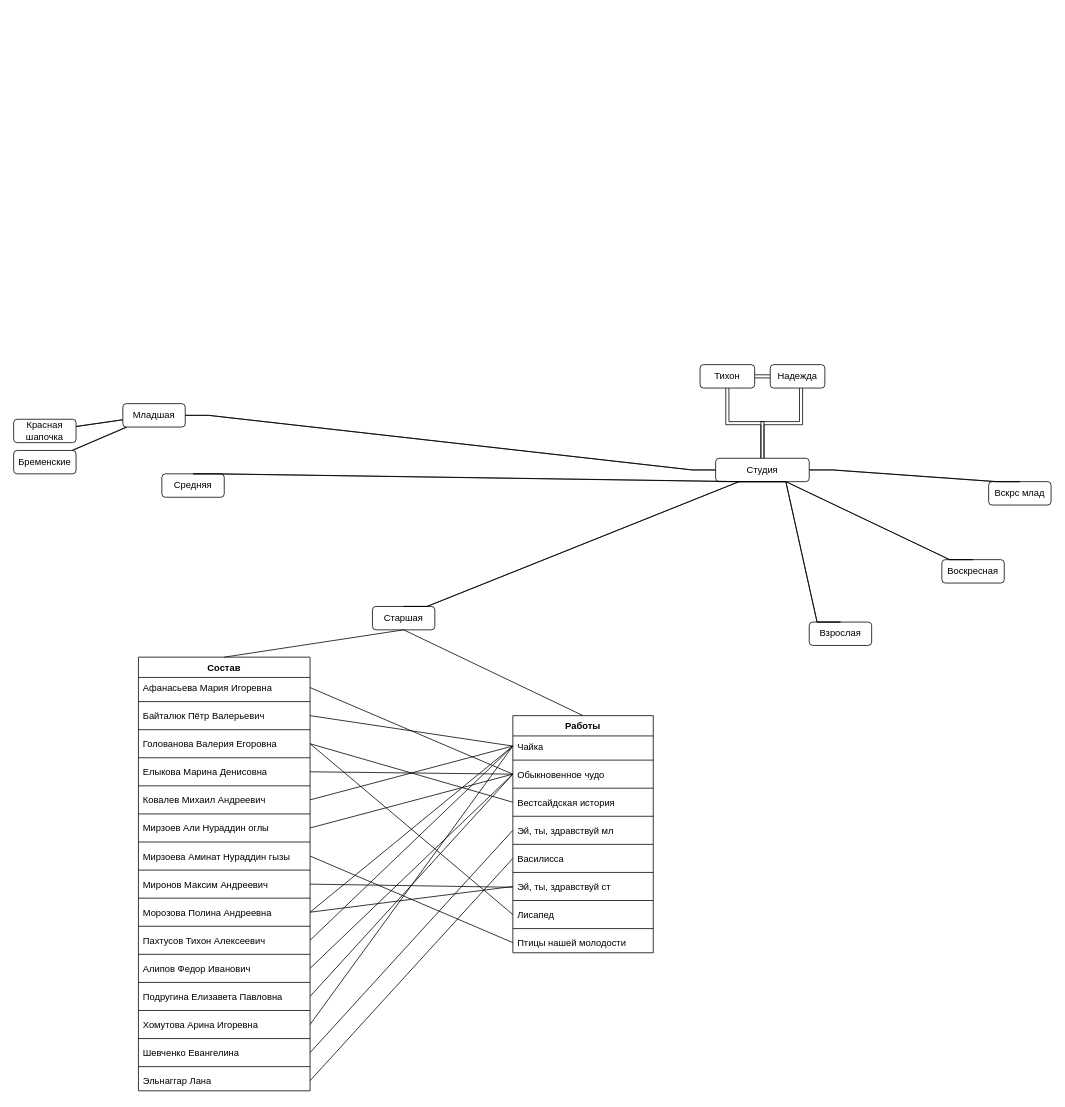
Magnarius/fsd keeps this draw.io diagram as Диаграмма без названия.drawio. Above is the earlier version. Source tidied: cells renumbered, new cells numbered last; positions are measured from the earlier drawing's top-left corner, leaving out a move shared by most shapes. Both pictures are drawn from the tidied source at 78%, with x=0, y=0 at pixel (13, 341).
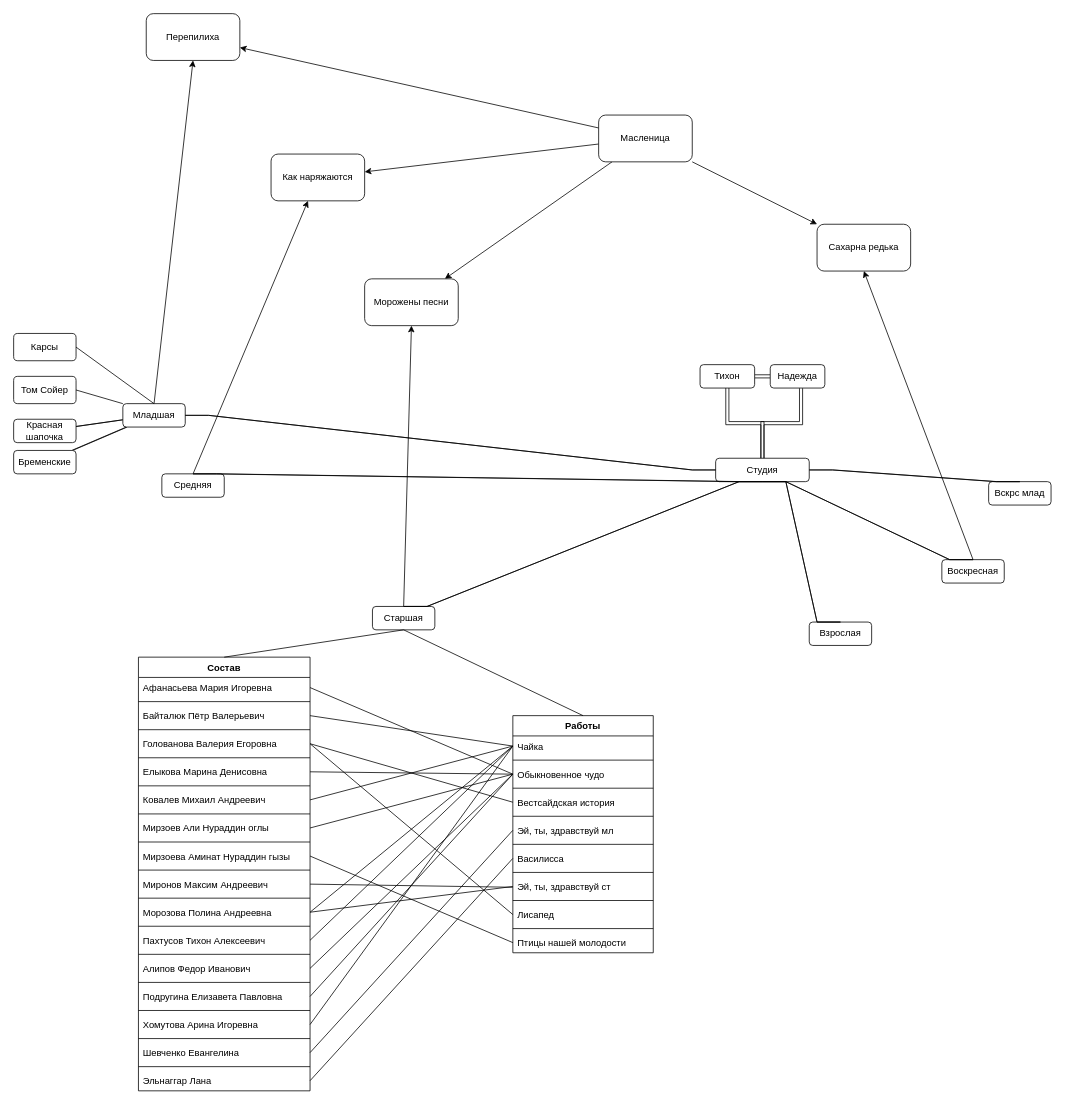
Above is the later version.

The change refers to these unchanged cells:
```xml
<mxCell id="11" value="Младшая" style="rounded=1;whiteSpace=wrap;html=1;fontFamily=Helvetica;fontSize=12;fontColor=default;align=center;strokeColor=default;fillColor=default;" parent="1" vertex="1">
  <mxGeometry x="140" y="80" width="80" height="30" as="geometry" />
</mxCell>
<mxCell id="12" value="Средняя" style="rounded=1;whiteSpace=wrap;html=1;" parent="1" vertex="1">
  <mxGeometry x="190" y="170" width="80" height="30" as="geometry" />
</mxCell>
<mxCell id="13" value="Старшая" style="rounded=1;whiteSpace=wrap;html=1;" parent="1" vertex="1">
  <mxGeometry x="460" y="340" width="80" height="30" as="geometry" />
</mxCell>
<mxCell id="15" value="Воскресная" style="rounded=1;whiteSpace=wrap;html=1;" parent="1" vertex="1">
  <mxGeometry x="1190" y="280" width="80" height="30" as="geometry" />
</mxCell>
```

Diff of the diagram source:
```diff
@@
+    <mxCell id="90" style="edgeStyle=none;rounded=0;jettySize=auto;html=1;exitX=0.5;exitY=0;exitDx=0;exitDy=0;entryX=0.5;entryY=1;entryDx=0;entryDy=0;" parent="1" edge="1" source="11" target="104">
+      <mxGeometry relative="1" as="geometry" />
+    </mxCell>
@@
+    <mxCell id="91" style="edgeStyle=none;rounded=0;jettySize=auto;html=1;exitX=0.5;exitY=0;exitDx=0;exitDy=0;" parent="1" edge="1" source="12" target="105">
+      <mxGeometry relative="1" as="geometry" />
+    </mxCell>
@@
+    <mxCell id="92" style="edgeStyle=none;rounded=0;jettySize=auto;html=1;exitX=0.5;exitY=0;exitDx=0;exitDy=0;entryX=0.5;entryY=1;entryDx=0;entryDy=0;" parent="1" edge="1" source="13" target="106">
+      <mxGeometry relative="1" as="geometry" />
+    </mxCell>
@@
+    <mxCell id="93" style="edgeStyle=none;rounded=0;jettySize=auto;html=1;exitX=0.5;exitY=0;exitDx=0;exitDy=0;entryX=0.5;entryY=1;entryDx=0;entryDy=0;" parent="1" edge="1" source="15" target="103">
+      <mxGeometry relative="1" as="geometry" />
+    </mxCell>
@@
+    <mxCell id="94" value="Том Сойер" style="rounded=1;whiteSpace=wrap;html=1;" parent="1" vertex="1">
+      <mxGeometry y="45" width="80" height="35" as="geometry" />
+    </mxCell>
+    <mxCell id="95" style="endArrow=none;html=1;rounded=0;entryX=1;entryY=0.5;entryDx=0;entryDy=0;exitX=0;exitY=0;exitDx=0;exitDy=0;" parent="1" edge="1" source="11" target="94">
+      <mxGeometry relative="1" as="geometry" />
+    </mxCell>
+    <mxCell id="96" value="Карсы" style="rounded=1;whiteSpace=wrap;html=1;" parent="1" vertex="1">
+      <mxGeometry y="-10" width="80" height="35" as="geometry" />
+    </mxCell>
+    <mxCell id="97" style="endArrow=none;html=1;rounded=0;entryX=1;entryY=0.5;entryDx=0;entryDy=0;exitX=0.5;exitY=0;exitDx=0;exitDy=0;" parent="1" edge="1" source="11" target="96">
+      <mxGeometry relative="1" as="geometry" />
+    </mxCell>
+    <mxCell id="98" style="rounded=0;jettySize=auto;html=1;" parent="1" edge="1" source="102" target="103">
+      <mxGeometry relative="1" as="geometry" />
+    </mxCell>
+    <mxCell id="99" style="rounded=0;jettySize=auto;html=1;" parent="1" edge="1" source="102" target="104">
+      <mxGeometry relative="1" as="geometry" />
+    </mxCell>
+    <mxCell id="100" style="rounded=0;jettySize=auto;html=1;" parent="1" edge="1" source="102" target="105">
+      <mxGeometry relative="1" as="geometry" />
+    </mxCell>
+    <mxCell id="101" style="rounded=0;jettySize=auto;html=1;" parent="1" edge="1" source="102" target="106">
+      <mxGeometry relative="1" as="geometry" />
+    </mxCell>
+    <mxCell id="102" value="Масленица" style="whiteSpace=wrap;html=1;rounded=1;" parent="1" vertex="1">
+      <mxGeometry x="750" y="-290" width="120" height="60" as="geometry" />
+    </mxCell>
+    <mxCell id="103" value="Сахарна редька" style="whiteSpace=wrap;html=1;rounded=1;" parent="1" vertex="1">
+      <mxGeometry x="1030" y="-150" width="120" height="60" as="geometry" />
+    </mxCell>
+    <mxCell id="104" value="Перепилиха" style="whiteSpace=wrap;html=1;rounded=1;" parent="1" vertex="1">
+      <mxGeometry x="170" y="-420" width="120" height="60" as="geometry" />
+    </mxCell>
+    <mxCell id="105" value="Как наряжаются" style="whiteSpace=wrap;html=1;rounded=1;" parent="1" vertex="1">
+      <mxGeometry x="330" y="-240" width="120" height="60" as="geometry" />
+    </mxCell>
+    <mxCell id="106" value="Морожены песни" style="whiteSpace=wrap;html=1;rounded=1;" parent="1" vertex="1">
+      <mxGeometry x="450" y="-80" width="120" height="60" as="geometry" />
+    </mxCell>
```
